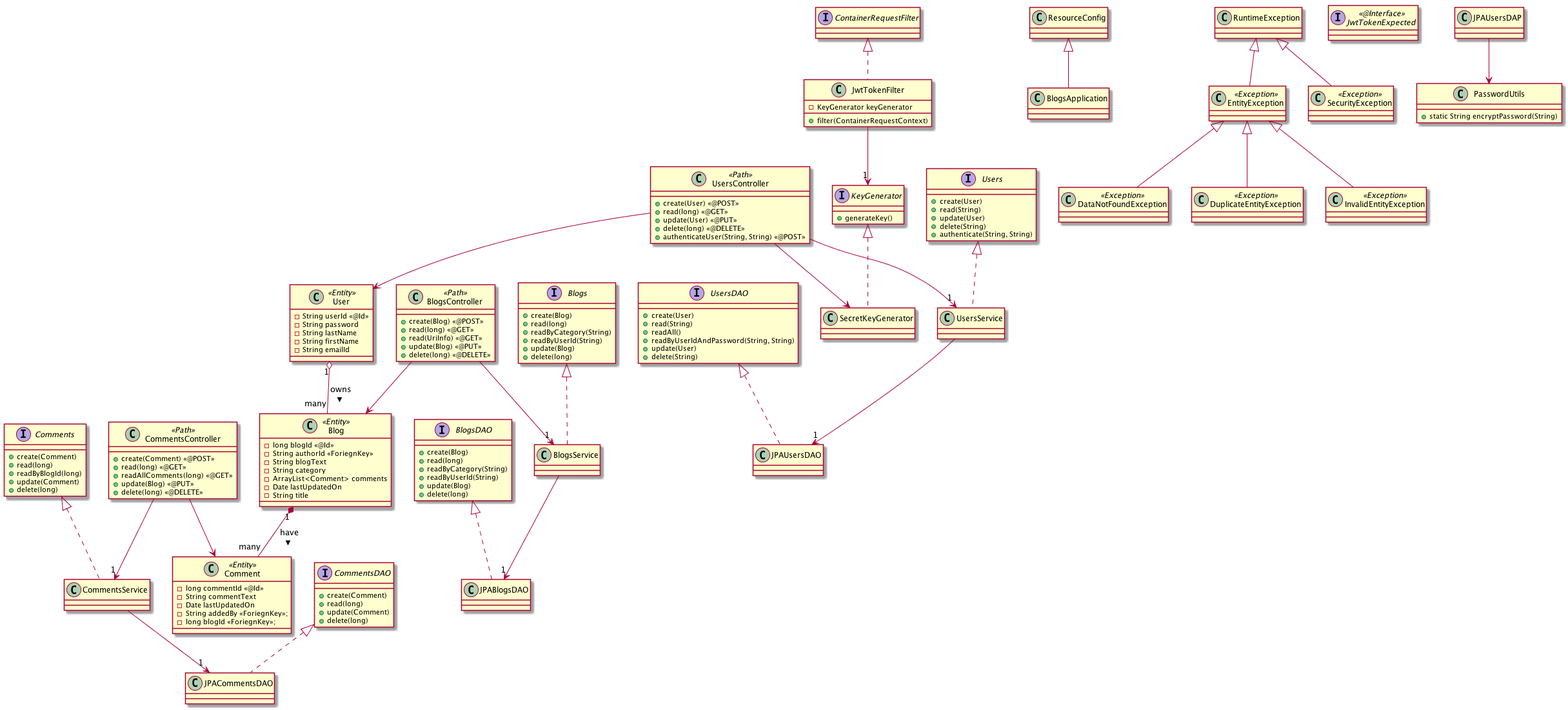
Above: cmad-blog/src/main/docs/uml/classes.png in sankarprabhakar/cmad (PlantUML), before the change.
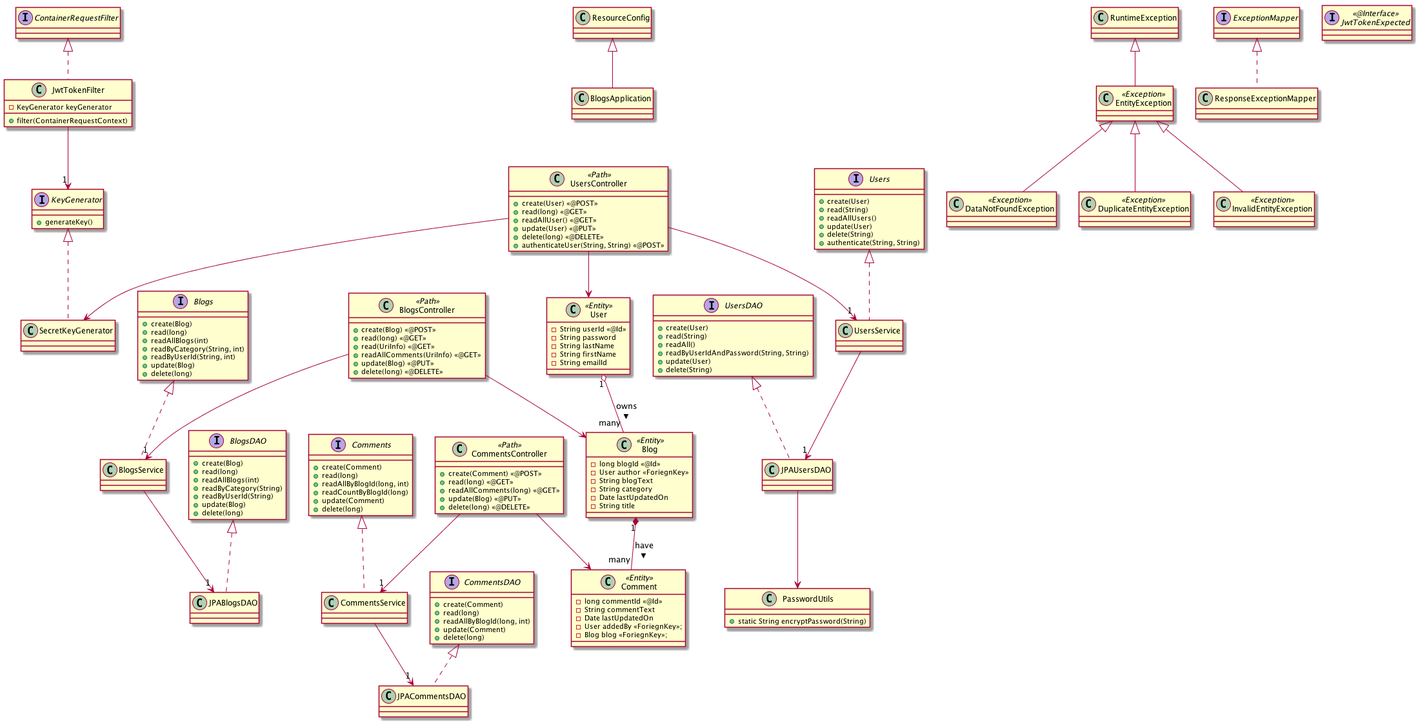
Above is the later version.

Commit message:
arch diagram added

Diff of the diagram source:
```diff
@@ -2,10 +2,9 @@
 
 class Blog <<Entity>> {
  -long blogId <<@Id>>
- -String authorId <<ForiegnKey>>
+ -User author <<ForiegnKey>>
  -String blogText
  -String category
- -ArrayList<Comment> comments
  -Date lastUpdatedOn
  -String title
 }
@@ -22,13 +21,14 @@
  -long commentId <<@Id>>
  -String commentText
  -Date lastUpdatedOn
- -String addedBy <<ForiegnKey>>;
- -long blogId <<ForiegnKey>>;
+ -User addedBy <<ForiegnKey>>;
+ -Blog blog <<ForiegnKey>>;
 }
 
 Interface Users {
  +create(User)
  +read(String)
+ +readAllUsers()
  +update(User)
  +delete(String)
  +authenticate(String, String)
@@ -37,8 +37,9 @@
 Interface Blogs {
  +create(Blog)
  +read(long)
- +readByCategory(String)
- +readByUserId(String)
+ +readAllBlogs(int)
+ +readByCategory(String, int)
+ +readByUserId(String, int)
  +update(Blog)
  +delete(long)
 }
@@ -46,7 +47,8 @@
 Interface Comments {
  +create(Comment)
  +read(long)
- +readByBlogId(long)
+ +readAllByBlogId(long, int)
+ +readCountByBlogId(long)
  +update(Comment)
  +delete(long)
 }
@@ -63,6 +65,7 @@
 Interface BlogsDAO {
  +create(Blog)
  +read(long)
+ +readAllBlogs(int)
  +readByCategory(String)
  +readByUserId(String)
  +update(Blog)
@@ -72,6 +75,7 @@
 Interface CommentsDAO {
  +create(Comment)
  +read(long)
+ +readAllByBlogId(long, int)
  +update(Comment)
  +delete(long)
 }
@@ -109,6 +113,7 @@
  +create(Blog) <<@POST>>
  +read(long) <<@GET>>
  +read(UriInfo) <<@GET>>
+ +readAllComments(UriInfo) <<@GET>>
  +update(Blog) <<@PUT>>
  +delete(long) <<@DELETE>>
 }
@@ -130,6 +135,7 @@
 Class UsersController <<Path>> {
  +create(User) <<@POST>>
  +read(long) <<@GET>>
+ +readAllUser() <<@GET>>
  +update(User) <<@PUT>>
  +delete(long) <<@DELETE>>
  +authenticateUser(String, String) <<@POST>>
@@ -151,7 +157,7 @@
 Class InvalidEntityException <<Exception>> extends EntityException {
 }
 
-Class SecurityException <<Exception>> extends RuntimeException {
+Class ResponseExceptionMapper implements ExceptionMapper {
 }
 
 
@@ -175,7 +181,7 @@
 }
 
 JwtTokenFilter --> "1" KeyGenerator
-JPAUsersDAP --> PasswordUtils
+JPAUsersDAO --> PasswordUtils
 UsersController --> SecretKeyGenerator
 
 @enduml
```
